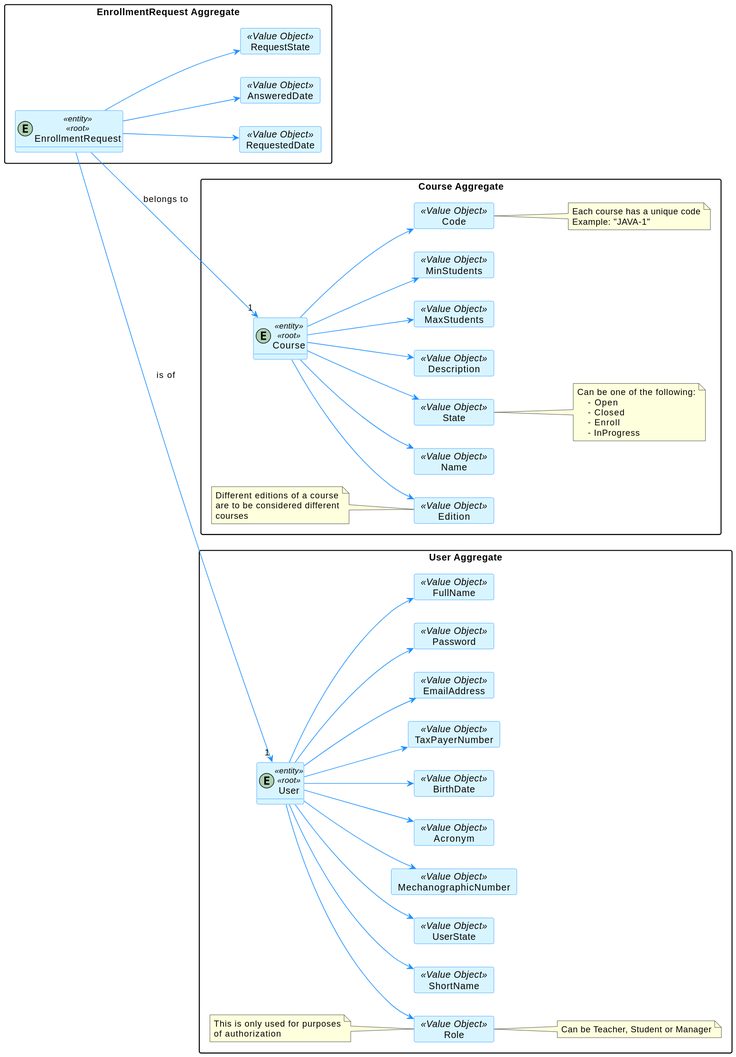
Earlier version of the PlantUML export docs/SPRINT B/US_1008/Analysis/DomainModelExcerpt.svg (brunacosta03/sem4pi_22_23). Its diagram source:
```plantuml
@startuml
hide methods
left to right direction

skinparam classAttributeIconSize 0

skinparam class {
    LifeLineBorderColor DodgerBlue
    LifeLineBackgroundColor APPLICATION
    BackgroundColor #D8F5FF
    ArrowColor DodgerBlue
    BorderColor DodgerBlue
}

skinparam packageStyle rectangle

skinparam card {
    LifeLineBorderColor DodgerBlue
    LifeLineBackgroundColor APPLICATION
    BackgroundColor #D8F5FF
    ArrowColor DodgerBlue
    BorderColor DodgerBlue
}

package "Course Aggregate" {
    entity Course <<entity>><<root>>

    card Code <<Value Object>> {
    }
    card Name <<Value Object>>{
    }
    card State <<Value Object>>{
    }
    card Description <<Value Object>>{
    }
    card MaxStudents <<Value Object>>{
    }
    card MinStudents <<Value Object>>{
    }
    card Edition <<Value Object>>{
    }

    Course --> Name
    Course --> State
    Course --> Description
    Course --> MaxStudents
    Course --> MinStudents
    Course --> Code
    Course --> Edition

    note right of State
        Can be one of the following:
            - Open
            - Closed
            - Enroll
            - InProgress
    end note

    note right of Code
        Each course has a unique code
        Example: "JAVA-1"
    end note

    note left of Edition
        Different editions of a course
        are to be considered different
        courses
    end note
}

package "User Aggregate" {
    entity User <<entity>><<root>>

    card EmailAddress <<Value Object>>{
    }
    card Password <<Value Object>>{
    }
    card FullName <<Value Object>>{
    }
    card ShortName <<Value Object>>{
    }
    card UserState <<Value Object>>{
    }
    card MechanographicNumber <<Value Object>>{
    }
    card Acronym <<Value Object>> {
    }
    card BirthDate <<Value Object>> {
    }
    card TaxPayerNumber <<Value Object>> {
    }
    card Role <<Value Object>> {
    }
    note right of Role: Can be Teacher, Student or Manager

    User --> EmailAddress
    User --> Password
    User --> FullName
    User --> ShortName
    User --> Role
    User --> UserState
    User --> MechanographicNumber
    User --> Acronym
    User --> BirthDate
    User --> TaxPayerNumber

    note left of Role
        This is only used for purposes
        of authorization
    end note
}

package "EnrollmentRequest Aggregate" {
    entity EnrollmentRequest <<entity>><<root>>

    card RequestedDate <<Value Object>> {
    }

    card AnsweredDate <<Value Object>> {
    }

    card RequestState <<Value Object>>{
    }

    EnrollmentRequest --> RequestedDate
    EnrollmentRequest --> AnsweredDate
    EnrollmentRequest --> RequestState

}

EnrollmentRequest --> "1" User : is of
EnrollmentRequest --> "1" Course : belongs to
@enduml
```
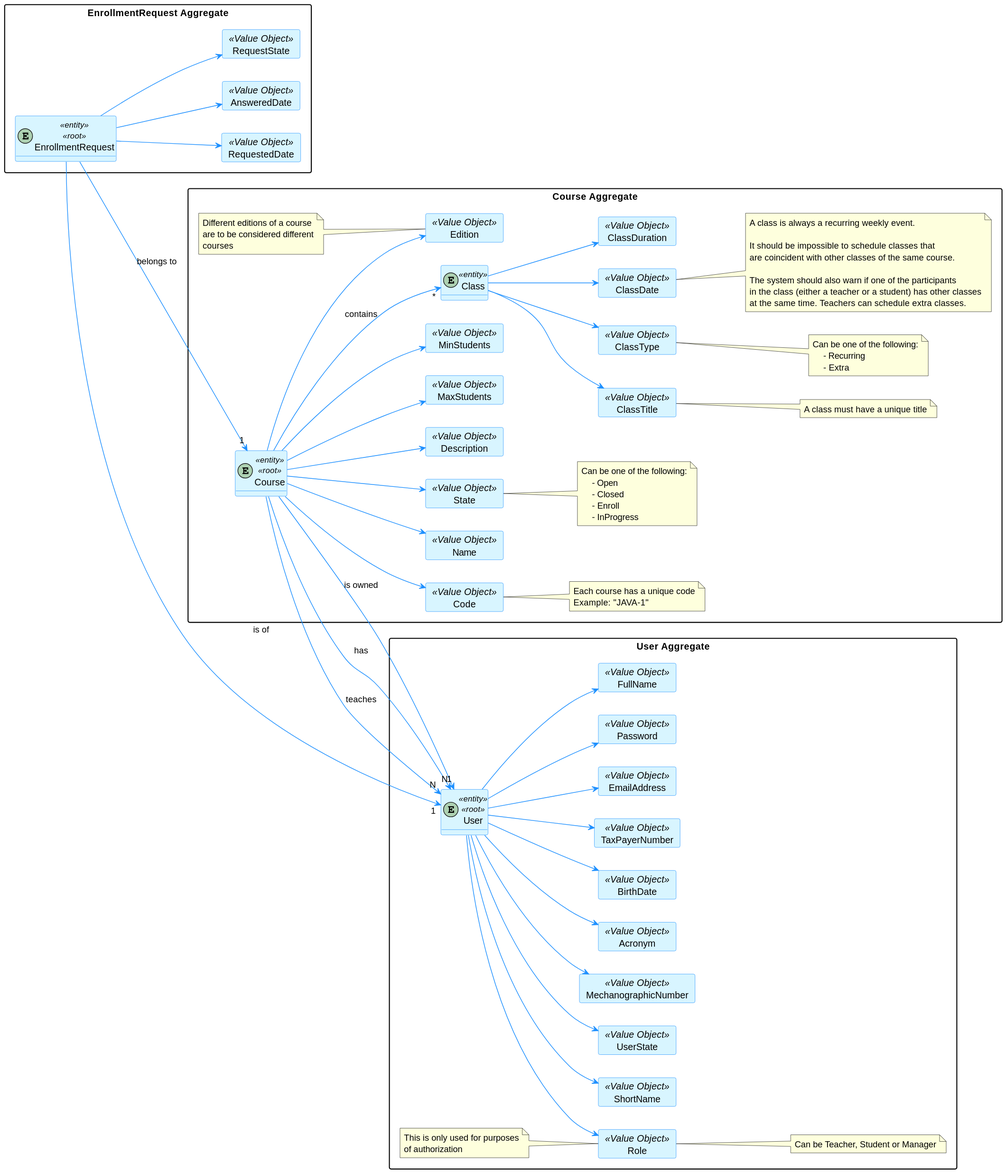
Above is the later version.

Commit message:
docs: class structuring of US 1008 and domain model context #19

Change to the diagram source:
```diff
@@ -20,6 +20,48 @@
     BackgroundColor #D8F5FF
     ArrowColor DodgerBlue
     BorderColor DodgerBlue
+}
+
+package "User Aggregate" {
+    entity User <<entity>><<root>>
+
+    card EmailAddress <<Value Object>>{
+    }
+    card Password <<Value Object>>{
+    }
+    card FullName <<Value Object>>{
+    }
+    card ShortName <<Value Object>>{
+    }
+    card UserState <<Value Object>>{
+    }
+    card MechanographicNumber <<Value Object>>{
+    }
+    card Acronym <<Value Object>> {
+    }
+    card BirthDate <<Value Object>> {
+    }
+    card TaxPayerNumber <<Value Object>> {
+    }
+    card Role <<Value Object>> {
+    }
+    note right of Role: Can be Teacher, Student or Manager
+
+    User --> EmailAddress
+    User --> Password
+    User --> FullName
+    User --> ShortName
+    User --> Role
+    User --> UserState
+    User --> MechanographicNumber
+    User --> Acronym
+    User --> BirthDate
+    User --> TaxPayerNumber
+
+    note left of Role
+        This is only used for purposes
+        of authorization
+    end note
 }
 
 package "Course Aggregate" {
@@ -66,47 +108,46 @@
         are to be considered different
         courses
     end note
-}
 
-package "User Aggregate" {
-    entity User <<entity>><<root>>
+    entity Class <<entity>>
 
-    card EmailAddress <<Value Object>>{
+    card ClassDate <<Value Object>>{
     }
-    card Password <<Value Object>>{
+
+    card ClassDuration <<Value Object>>{
     }
-    card FullName <<Value Object>>{
+
+    card ClassTitle <<Value Object>>{
     }
-    card ShortName <<Value Object>>{
+
+    card ClassType <<Value Object>>{
     }
-    card UserState <<Value Object>>{
-    }
-    card MechanographicNumber <<Value Object>>{
-    }
-    card Acronym <<Value Object>> {
-    }
-    card BirthDate <<Value Object>> {
-    }
-    card TaxPayerNumber <<Value Object>> {
-    }
-    card Role <<Value Object>> {
-    }
-    note right of Role: Can be Teacher, Student or Manager
 
-    User --> EmailAddress
-    User --> Password
-    User --> FullName
-    User --> ShortName
-    User --> Role
-    User --> UserState
-    User --> MechanographicNumber
-    User --> Acronym
-    User --> BirthDate
-    User --> TaxPayerNumber
+        note right of ClassDate
+            A class is always a recurring weekly event.
 
-    note left of Role
-        This is only used for purposes
-        of authorization
+            It should be impossible to schedule classes that
+            are coincident with other classes of the same course.
+
+            The system should also warn if one of the participants
+            in the class (either a teacher or a student) has other classes
+            at the same time. Teachers can schedule extra classes.
+        end note
+
+        note right of ClassTitle
+            A class must have a unique title
+        end note
+
+    Class --> ClassDate
+    Class --> ClassDuration
+    Class --> ClassTitle
+    Class --> ClassType
+    Course --> "*" Class : contains
+
+    note right of ClassType
+        Can be one of the following:
+            - Recurring
+            - Extra
     end note
 }
 
@@ -128,6 +169,10 @@
 
 }
 
-EnrollmentRequest --> "1" User : is of
-EnrollmentRequest --> "1" Course : belongs to
+    Course --> "1" User : is owned
+    Course --> "N" User : has
+    Course --> "N" User : teaches
+
+    EnrollmentRequest --> "1" User : is of
+    EnrollmentRequest --> "1" Course : belongs to
 @enduml
```
